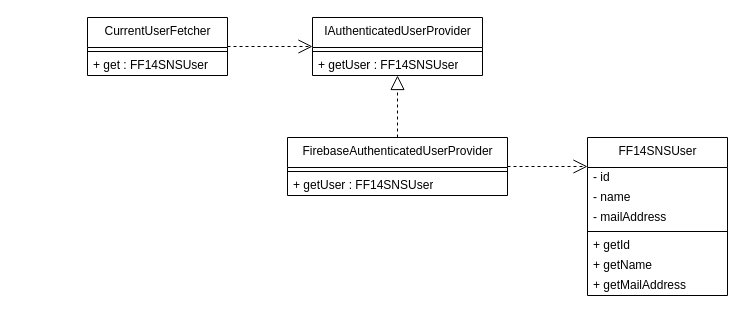
Above: page "UserModule" (4 of 5) of ff14-sns.drawio in Mouwf/FF14SNS (draw.io), before the change. Source tidied: cells renumbered, new cells numbered last; positions are measured from the earlier drawing's top-left corner, leaving out a move shared by most shapes. Both pictures are drawn from the tidied source at 100%, with x=0, y=0 at pixel (87, 17).
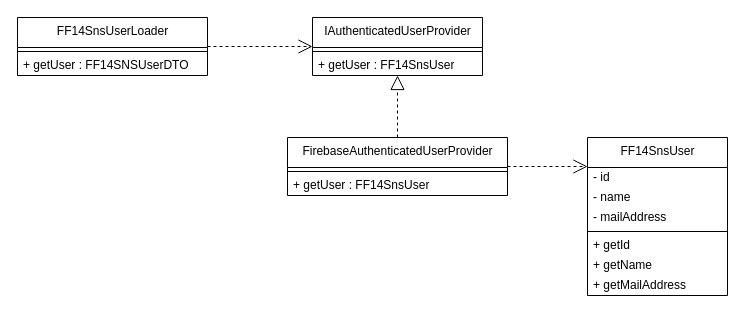
Above is the later version.

Unchanged cells that the change refers to:
```xml
<mxCell id="14" value="IAuthenticatedUserProvider" style="swimlane;fontStyle=0;align=center;verticalAlign=top;horizontal=1;startSize=30;html=1;" parent="1" vertex="1">
  <mxGeometry x="225" width="170" height="58" as="geometry" />
</mxCell>
<mxCell id="19" value="FirebaseAuthenticatedUserProvider" style="swimlane;fontStyle=0;align=center;verticalAlign=top;horizontal=1;startSize=30;html=1;" parent="1" vertex="1">
  <mxGeometry x="200" y="120" width="220" height="58" as="geometry" />
</mxCell>
```

Diff of the diagram source:
```diff
@@
-    <mxCell id="2" value="FF14SNSUser" style="swimlane;fontStyle=0;align=center;verticalAlign=top;horizontal=1;startSize=30;html=1;" parent="1" vertex="1">
+    <mxCell id="2" value="FF14SnsUser" style="swimlane;fontStyle=0;align=center;verticalAlign=top;horizontal=1;startSize=30;html=1;" parent="1" vertex="1">
       <mxGeometry x="500" y="120" width="140" height="158" as="geometry" />
     </mxCell>
@@
-    <mxCell id="10" style="edgeStyle=none;rounded=0;jumpSize=6;html=1;strokeWidth=1;endArrow=open;endFill=0;startSize=6;endSize=12;targetPerimeterSpacing=0;entryX=0;entryY=0.5;entryDx=0;entryDy=0;dashed=1;" parent="1" edge="1" source="11" target="14">
-      <mxGeometry relative="1" as="geometry" />
-    </mxCell>
-    <mxCell id="11" value="CurrentUserFetcher" style="swimlane;fontStyle=0;align=center;verticalAlign=top;horizontal=1;startSize=30;html=1;" parent="1" vertex="1">
-      <mxGeometry width="140" height="58" as="geometry" />
-    </mxCell>
-    <mxCell id="12" style="line;strokeWidth=1;fillColor=none;align=left;verticalAlign=middle;spacingTop=-1;spacingLeft=3;spacingRight=3;labelPosition=right;" parent="11" vertex="1">
-      <mxGeometry y="30" width="140" height="8" as="geometry" />
-    </mxCell>
-    <mxCell id="13" value="+ get : FF14SNSUser" style="text;html=1;strokeColor=none;fillColor=none;align=left;verticalAlign=middle;spacingLeft=4;spacingRight=4;overflow=hidden;" parent="11" vertex="1">
-      <mxGeometry y="38" width="140" height="20" as="geometry" />
-    </mxCell>
@@
-    <mxCell id="16" value="+ getUser : FF14SNSUser" style="text;html=1;strokeColor=none;fillColor=none;align=left;verticalAlign=middle;spacingLeft=4;spacingRight=4;overflow=hidden;points=[[0,0.5],[1,0.5]];portConstraint=eastwest;" parent="14" vertex="1">
+    <mxCell id="16" value="+ getUser : FF14SnsUser" style="text;html=1;strokeColor=none;fillColor=none;align=left;verticalAlign=middle;spacingLeft=4;spacingRight=4;overflow=hidden;points=[[0,0.5],[1,0.5]];portConstraint=eastwest;" parent="14" vertex="1">
       <mxGeometry y="38" width="170" height="20" as="geometry" />
     </mxCell>
@@
-    <mxCell id="21" value="+ getUser : FF14SNSUser" style="text;html=1;strokeColor=none;fillColor=none;align=left;verticalAlign=middle;spacingLeft=4;spacingRight=4;overflow=hidden;" parent="19" vertex="1">
+    <mxCell id="21" value="+ getUser : FF14SnsUser" style="text;html=1;strokeColor=none;fillColor=none;align=left;verticalAlign=middle;spacingLeft=4;spacingRight=4;overflow=hidden;" parent="19" vertex="1">
       <mxGeometry y="38" width="220" height="20" as="geometry" />
     </mxCell>
+    <mxCell id="22" value="FF14SnsUserLoader" style="swimlane;fontStyle=0;align=center;verticalAlign=top;horizontal=1;startSize=30;html=1;" parent="1" vertex="1">
+      <mxGeometry x="-70" width="190" height="58" as="geometry" />
+    </mxCell>
+    <mxCell id="23" style="line;strokeWidth=1;fillColor=none;align=left;verticalAlign=middle;spacingTop=-1;spacingLeft=3;spacingRight=3;labelPosition=right;" parent="22" vertex="1">
+      <mxGeometry y="30" width="190" height="8" as="geometry" />
+    </mxCell>
+    <mxCell id="24" value="+ getUser : FF14SNSUserDTO" style="text;html=1;strokeColor=none;fillColor=none;align=left;verticalAlign=middle;spacingLeft=4;spacingRight=4;overflow=hidden;" parent="22" vertex="1">
+      <mxGeometry y="38" width="190" height="20" as="geometry" />
+    </mxCell>
+    <mxCell id="25" style="edgeStyle=none;rounded=0;jumpSize=6;html=1;entryX=0;entryY=0.5;entryDx=0;entryDy=0;dashed=1;strokeWidth=1;endArrow=open;endFill=0;startSize=6;endSize=12;targetPerimeterSpacing=0;" parent="1" edge="1" source="22" target="14">
+      <mxGeometry relative="1" as="geometry" />
+    </mxCell>
```
